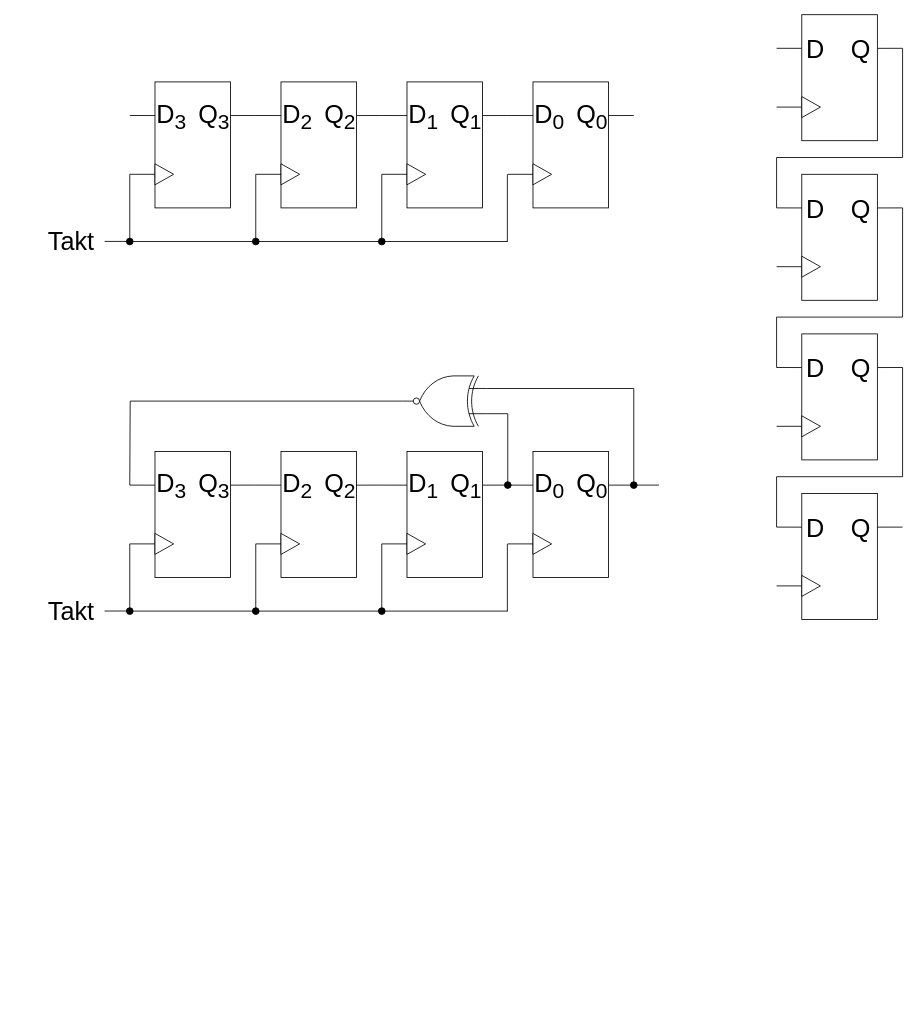
This is docu/ShiftRegister.drawio from YumYumfisch/LFSR-PeriodLength, a draw.io file, before an edit. Source tidied: cells renumbered, new cells numbered last; positions are measured from the earlier drawing's top-left corner, leaving out a move shared by most shapes. Both pictures are drawn from the tidied source at 84%, with x=0, y=0 at pixel (104, 14).
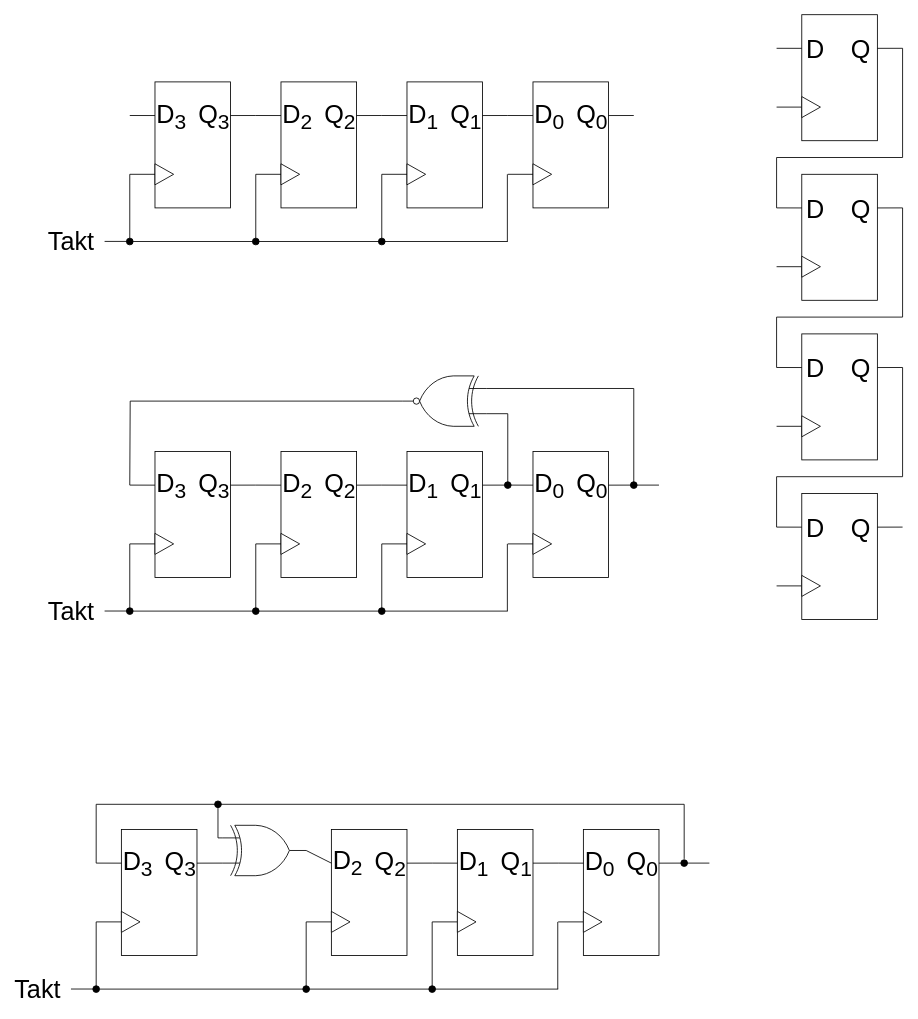
The same diagram, later.

Commit message (it also covers changes not shown here):
add Galois-LFSR diagram

Diff of the diagram source:
```diff
@@
+    <mxCell id="137" style="group;" parent="1" vertex="1">
+      <mxGeometry x="-40" y="935" width="760" height="230" as="geometry" />
+    </mxCell>
+    <mxCell id="138" style="endArrow=none;html=1;align=center;fontSize=30;" parent="137" edge="1">
+      <mxGeometry relative="1" as="geometry">
+        <mxPoint x="730" y="75" as="sourcePoint" />
+        <mxPoint x="760" y="75" as="targetPoint" />
+      </mxGeometry>
+    </mxCell>
+    <mxCell id="139" value="Takt" style="endArrow=none;html=1;align=center;fontSize=30;entryX=0;entryY=0.5;entryDx=0;entryDy=0;" parent="137" edge="1">
+      <mxGeometry x="-1" y="-40" relative="1" as="geometry">
+        <mxPoint y="224.9" as="sourcePoint" />
+        <mxPoint x="30" y="224.9" as="targetPoint" />
+        <mxPoint x="-40" y="-40" as="offset" />
+      </mxGeometry>
+    </mxCell>
+    <mxCell id="140" style="group;" parent="137" vertex="1">
+      <mxGeometry x="30" y="35" width="150" height="150" as="geometry" />
+    </mxCell>
+    <mxCell id="141" style="rounded=0;whiteSpace=wrap;html=1;" parent="140" vertex="1">
+      <mxGeometry x="30" width="90" height="150" as="geometry" />
+    </mxCell>
+    <mxCell id="142" style="endArrow=none;html=1;align=center;fontSize=30;entryX=0;entryY=0.267;entryDx=0;entryDy=0;entryPerimeter=0;" parent="140" edge="1" target="141">
+      <mxGeometry relative="1" as="geometry">
+        <mxPoint y="40" as="sourcePoint" />
+      </mxGeometry>
+    </mxCell>
+    <mxCell id="143" value="D&lt;sub&gt;3&lt;/sub&gt;" style="edgeLabel;html=1;align=left;verticalAlign=middle;fontSize=30;" parent="142" vertex="1">
+      <mxGeometry x="0.28" relative="1" as="geometry">
+        <mxPoint x="11" as="offset" />
+      </mxGeometry>
+    </mxCell>
+    <mxCell id="144" style="endArrow=none;html=1;align=center;exitX=1;exitY=0.267;exitDx=0;exitDy=0;fontSize=30;exitPerimeter=0;" parent="140" edge="1" source="141">
+      <mxGeometry relative="1" as="geometry">
+        <mxPoint x="150" y="40" as="targetPoint" />
+      </mxGeometry>
+    </mxCell>
+    <mxCell id="145" value="Q&lt;sub&gt;3&lt;br&gt;&lt;/sub&gt;" style="edgeLabel;html=1;align=center;verticalAlign=middle;fontSize=30;" parent="144" vertex="1">
+      <mxGeometry x="0.28" relative="1" as="geometry">
+        <mxPoint x="-39" as="offset" />
+      </mxGeometry>
+    </mxCell>
+    <mxCell id="146" style="endArrow=none;html=1;align=center;fontSize=30;entryX=0;entryY=0.5;entryDx=0;entryDy=0;" parent="140" edge="1" target="147">
+      <mxGeometry relative="1" as="geometry">
+        <mxPoint y="110" as="sourcePoint" />
+      </mxGeometry>
+    </mxCell>
+    <mxCell id="147" style="triangle;whiteSpace=wrap;html=1;" parent="140" vertex="1">
+      <mxGeometry x="30" y="97.5" width="22.2" height="25" as="geometry" />
+    </mxCell>
+    <mxCell id="148" style="group;" parent="137" vertex="1">
+      <mxGeometry x="280" y="35" width="150" height="150" as="geometry" />
+    </mxCell>
+    <mxCell id="149" style="rounded=0;whiteSpace=wrap;html=1;" parent="148" vertex="1">
+      <mxGeometry x="30" width="90" height="150" as="geometry" />
+    </mxCell>
+    <mxCell id="150" style="endArrow=none;html=1;align=center;exitX=1;exitY=0.267;exitDx=0;exitDy=0;fontSize=30;exitPerimeter=0;" parent="148" edge="1" source="149">
+      <mxGeometry relative="1" as="geometry">
+        <mxPoint x="150" y="40" as="targetPoint" />
+      </mxGeometry>
+    </mxCell>
+    <mxCell id="151" value="Q&lt;sub&gt;2&lt;/sub&gt;" style="edgeLabel;html=1;align=center;verticalAlign=middle;fontSize=30;" parent="150" vertex="1">
+      <mxGeometry x="0.28" relative="1" as="geometry">
+        <mxPoint x="-39" as="offset" />
+      </mxGeometry>
+    </mxCell>
+    <mxCell id="152" style="endArrow=none;html=1;align=center;fontSize=30;entryX=0;entryY=0.5;entryDx=0;entryDy=0;" parent="148" edge="1" target="153">
+      <mxGeometry relative="1" as="geometry">
+        <mxPoint y="110" as="sourcePoint" />
+      </mxGeometry>
+    </mxCell>
+    <mxCell id="153" style="triangle;whiteSpace=wrap;html=1;" parent="148" vertex="1">
+      <mxGeometry x="30" y="97.5" width="22.2" height="25" as="geometry" />
+    </mxCell>
+    <mxCell id="154" style="group;" parent="137" vertex="1">
+      <mxGeometry x="430" y="35" width="150" height="150" as="geometry" />
+    </mxCell>
+    <mxCell id="155" style="rounded=0;whiteSpace=wrap;html=1;" parent="154" vertex="1">
+      <mxGeometry x="30" width="90" height="150" as="geometry" />
+    </mxCell>
+    <mxCell id="156" style="endArrow=none;html=1;align=center;fontSize=30;entryX=0;entryY=0.267;entryDx=0;entryDy=0;entryPerimeter=0;" parent="154" edge="1" target="155">
+      <mxGeometry relative="1" as="geometry">
+        <mxPoint y="40" as="sourcePoint" />
+      </mxGeometry>
+    </mxCell>
+    <mxCell id="157" value="D&lt;sub&gt;1&lt;/sub&gt;" style="edgeLabel;html=1;align=left;verticalAlign=middle;fontSize=30;" parent="156" vertex="1">
+      <mxGeometry x="0.28" relative="1" as="geometry">
+        <mxPoint x="11" as="offset" />
+      </mxGeometry>
+    </mxCell>
+    <mxCell id="158" style="endArrow=none;html=1;align=center;exitX=1;exitY=0.267;exitDx=0;exitDy=0;fontSize=30;exitPerimeter=0;" parent="154" edge="1" source="155">
+      <mxGeometry relative="1" as="geometry">
+        <mxPoint x="150" y="40" as="targetPoint" />
+      </mxGeometry>
+    </mxCell>
+    <mxCell id="159" value="Q&lt;sub&gt;1&lt;/sub&gt;" style="edgeLabel;html=1;align=center;verticalAlign=middle;fontSize=30;" parent="158" vertex="1">
+      <mxGeometry x="0.28" relative="1" as="geometry">
+        <mxPoint x="-39" as="offset" />
+      </mxGeometry>
+    </mxCell>
+    <mxCell id="160" style="endArrow=none;html=1;align=center;fontSize=30;entryX=0;entryY=0.5;entryDx=0;entryDy=0;" parent="154" edge="1" target="161">
+      <mxGeometry relative="1" as="geometry">
+        <mxPoint y="110" as="sourcePoint" />
+      </mxGeometry>
+    </mxCell>
+    <mxCell id="161" style="triangle;whiteSpace=wrap;html=1;" parent="154" vertex="1">
+      <mxGeometry x="30" y="97.5" width="22.2" height="25" as="geometry" />
+    </mxCell>
+    <mxCell id="162" style="group;" parent="137" vertex="1">
+      <mxGeometry x="580" y="35" width="150" height="150" as="geometry" />
+    </mxCell>
+    <mxCell id="163" style="rounded=0;whiteSpace=wrap;html=1;" parent="162" vertex="1">
+      <mxGeometry x="30" width="90" height="150" as="geometry" />
+    </mxCell>
+    <mxCell id="164" style="endArrow=none;html=1;align=center;fontSize=30;entryX=0;entryY=0.267;entryDx=0;entryDy=0;entryPerimeter=0;" parent="162" edge="1" target="163">
+      <mxGeometry relative="1" as="geometry">
+        <mxPoint y="40" as="sourcePoint" />
+      </mxGeometry>
+    </mxCell>
+    <mxCell id="165" value="D&lt;sub&gt;0&lt;/sub&gt;" style="edgeLabel;html=1;align=left;verticalAlign=middle;fontSize=30;" parent="164" vertex="1">
+      <mxGeometry x="0.28" relative="1" as="geometry">
+        <mxPoint x="11" as="offset" />
+      </mxGeometry>
+    </mxCell>
+    <mxCell id="166" style="endArrow=none;html=1;align=center;exitX=1;exitY=0.267;exitDx=0;exitDy=0;fontSize=30;exitPerimeter=0;" parent="162" edge="1" source="163">
+      <mxGeometry relative="1" as="geometry">
+        <mxPoint x="150" y="40" as="targetPoint" />
+      </mxGeometry>
+    </mxCell>
+    <mxCell id="167" value="Q&lt;sub&gt;0&lt;/sub&gt;" style="edgeLabel;html=1;align=center;verticalAlign=middle;fontSize=30;" parent="166" vertex="1">
+      <mxGeometry x="0.28" relative="1" as="geometry">
+        <mxPoint x="-39" as="offset" />
+      </mxGeometry>
+    </mxCell>
+    <mxCell id="168" style="endArrow=none;html=1;align=center;fontSize=30;entryX=0;entryY=0.5;entryDx=0;entryDy=0;" parent="162" edge="1" target="169">
+      <mxGeometry relative="1" as="geometry">
+        <mxPoint y="110" as="sourcePoint" />
+      </mxGeometry>
+    </mxCell>
+    <mxCell id="169" style="triangle;whiteSpace=wrap;html=1;" parent="162" vertex="1">
+      <mxGeometry x="30" y="97.5" width="22.2" height="25" as="geometry" />
+    </mxCell>
+    <mxCell id="170" style="endArrow=none;html=1;align=center;fontSize=30;" parent="137" edge="1">
+      <mxGeometry relative="1" as="geometry">
+        <mxPoint x="30" y="225" as="sourcePoint" />
+        <mxPoint x="30" y="145" as="targetPoint" />
+      </mxGeometry>
+    </mxCell>
+    <mxCell id="171" style="endArrow=none;html=1;align=center;fontSize=30;" parent="137" edge="1">
+      <mxGeometry relative="1" as="geometry">
+        <mxPoint x="280" y="225" as="sourcePoint" />
+        <mxPoint x="280" y="145" as="targetPoint" />
+      </mxGeometry>
+    </mxCell>
+    <mxCell id="172" style="endArrow=none;html=1;align=center;fontSize=30;" parent="137" edge="1">
+      <mxGeometry relative="1" as="geometry">
+        <mxPoint x="430" y="225" as="sourcePoint" />
+        <mxPoint x="430" y="145" as="targetPoint" />
+      </mxGeometry>
+    </mxCell>
+    <mxCell id="173" style="endArrow=none;html=1;align=center;fontSize=30;" parent="137" edge="1">
+      <mxGeometry relative="1" as="geometry">
+        <mxPoint x="579.5" y="225" as="sourcePoint" />
+        <mxPoint x="579.5" y="145" as="targetPoint" />
+      </mxGeometry>
+    </mxCell>
+    <mxCell id="174" style="endArrow=none;html=1;align=center;fontSize=30;exitX=0.9;exitY=0.5;exitDx=0;exitDy=0;exitPerimeter=0;" parent="137" edge="1" source="176">
+      <mxGeometry relative="1" as="geometry">
+        <mxPoint x="580" y="225" as="targetPoint" />
+      </mxGeometry>
+    </mxCell>
+    <mxCell id="175" style="verticalLabelPosition=bottom;shadow=0;dashed=0;align=center;html=1;verticalAlign=top;shape=mxgraph.electrical.logic_gates.inverting_contact;fillColor=#000000;" parent="137" vertex="1">
+      <mxGeometry x="275" y="220" width="10" height="10" as="geometry" />
+    </mxCell>
+    <mxCell id="176" style="verticalLabelPosition=bottom;shadow=0;dashed=0;align=center;html=1;verticalAlign=top;shape=mxgraph.electrical.logic_gates.inverting_contact;fillColor=#000000;" parent="137" vertex="1">
+      <mxGeometry x="25" y="220" width="10" height="10" as="geometry" />
+    </mxCell>
+    <mxCell id="177" style="verticalLabelPosition=bottom;shadow=0;dashed=0;align=center;html=1;verticalAlign=top;shape=mxgraph.electrical.logic_gates.inverting_contact;fillColor=#000000;" parent="137" vertex="1">
+      <mxGeometry x="425" y="220" width="10" height="10" as="geometry" />
+    </mxCell>
+    <mxCell id="178" style="edgeStyle=orthogonalEdgeStyle;html=1;endArrow=none;endFill=0;rounded=0;" parent="137" edge="1" source="181">
+      <mxGeometry relative="1" as="geometry">
+        <mxPoint x="30" y="75" as="targetPoint" />
+        <Array as="points">
+          <mxPoint x="730" y="5" />
+          <mxPoint x="30" y="5" />
+        </Array>
+      </mxGeometry>
+    </mxCell>
+    <mxCell id="179" style="endArrow=none;html=1;align=center;fontSize=30;edgeStyle=orthogonalEdgeStyle;rounded=0;" parent="137" edge="1">
+      <mxGeometry relative="1" as="geometry">
+        <mxPoint x="180" y="45" as="sourcePoint" />
+        <mxPoint x="175" y="5" as="targetPoint" />
+        <Array as="points">
+          <mxPoint x="175" y="45" />
+        </Array>
+      </mxGeometry>
+    </mxCell>
+    <mxCell id="180" style="verticalLabelPosition=bottom;shadow=0;dashed=0;align=center;html=1;verticalAlign=top;shape=mxgraph.electrical.logic_gates.inverting_contact;fillColor=#000000;" parent="137" vertex="1">
+      <mxGeometry x="170" width="10" height="10" as="geometry" />
+    </mxCell>
+    <mxCell id="181" style="verticalLabelPosition=bottom;shadow=0;dashed=0;align=center;html=1;verticalAlign=top;shape=mxgraph.electrical.logic_gates.inverting_contact;fillColor=#000000;" parent="137" vertex="1">
+      <mxGeometry x="725" y="70" width="10" height="10" as="geometry" />
+    </mxCell>
+    <mxCell id="182" style="edgeStyle=none;html=1;exitX=0;exitY=0.75;exitDx=0;exitDy=0;exitPerimeter=0;endArrow=none;endFill=0;" parent="137" edge="1" source="183">
+      <mxGeometry relative="1" as="geometry">
+        <mxPoint x="180" y="75" as="targetPoint" />
+      </mxGeometry>
+    </mxCell>
+    <mxCell id="183" style="verticalLabelPosition=bottom;shadow=0;dashed=0;align=center;html=1;verticalAlign=top;shape=mxgraph.electrical.logic_gates.logic_gate;operation=xor;" parent="137" vertex="1">
+      <mxGeometry x="180" y="30" width="100" height="60" as="geometry" />
+    </mxCell>
+    <mxCell id="184" style="endArrow=none;html=1;align=center;fontSize=30;entryX=0;entryY=0.267;entryDx=0;entryDy=0;entryPerimeter=0;exitX=1;exitY=0.5;exitDx=0;exitDy=0;exitPerimeter=0;" parent="137" edge="1" source="183" target="149">
+      <mxGeometry relative="1" as="geometry" />
+    </mxCell>
+    <mxCell id="185" value="D&lt;sub&gt;2&lt;/sub&gt;" style="edgeLabel;html=1;align=left;verticalAlign=middle;fontSize=30;" parent="184" vertex="1">
+      <mxGeometry x="0.28" relative="1" as="geometry">
+        <mxPoint x="11" y="5" as="offset" />
+      </mxGeometry>
+    </mxCell>
```
